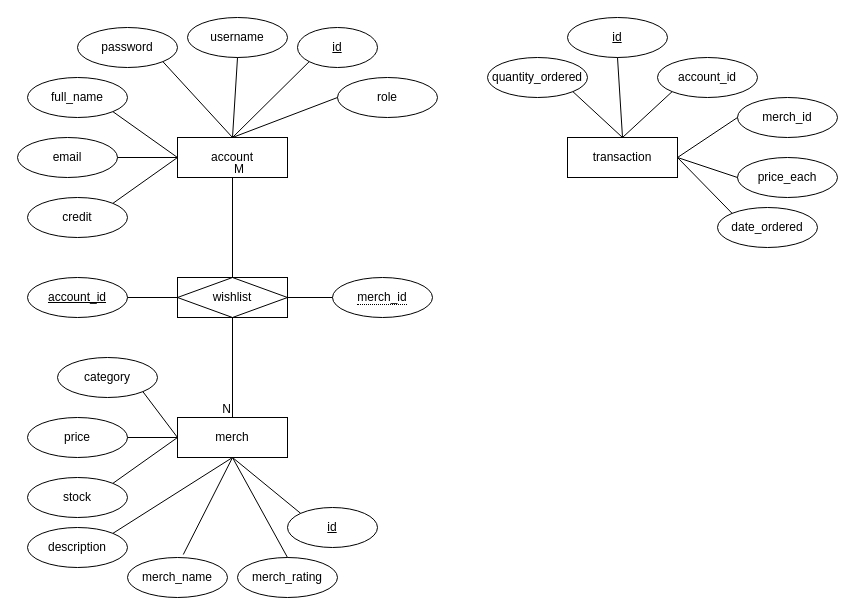
Before: Untitled Diagram.drawio in GumaMohdor/Hallyuin-UTS.ver, a draw.io diagram. Source tidied: cells renumbered, new cells numbered last; positions are measured from the earlier drawing's top-left corner, leaving out a move shared by most shapes. Both pictures are drawn from the tidied source at 100%, with x=0, y=0 at pixel (17, 17).
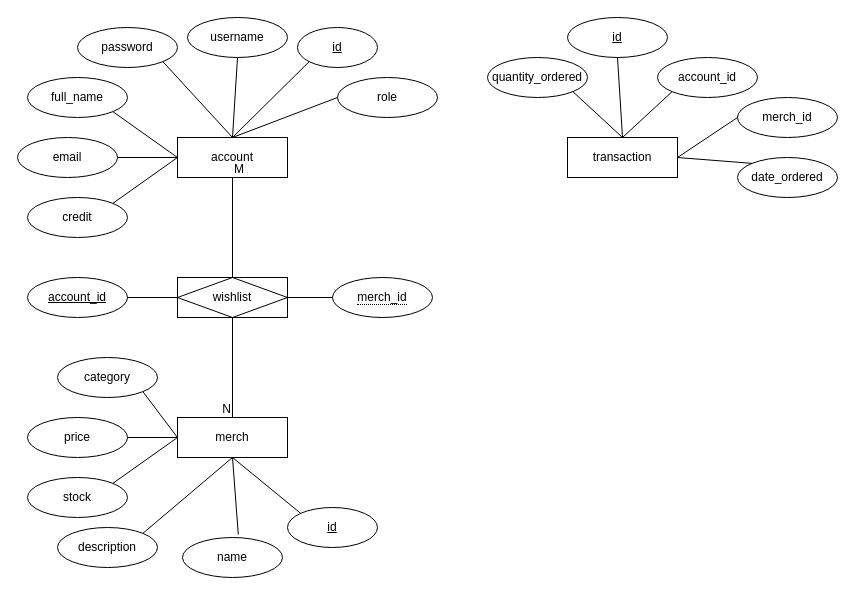
The same page after the edit.

The change refers to these unchanged cells:
```xml
<mxCell id="15" value="merch" style="whiteSpace=wrap;html=1;align=center;" parent="1" vertex="1">
  <mxGeometry x="160" y="400" width="110" height="40" as="geometry" />
</mxCell>
<mxCell id="38" value="transaction" style="whiteSpace=wrap;html=1;align=center;" parent="1" vertex="1">
  <mxGeometry x="550" y="120" width="110" height="40" as="geometry" />
</mxCell>
```

What changed in the source:
```diff
@@
-    <mxCell id="18" value="merch_name" style="ellipse;whiteSpace=wrap;html=1;align=center;" parent="1" vertex="1">
-      <mxGeometry x="110" y="540" width="100" height="40" as="geometry" />
+    <mxCell id="18" value="name" style="ellipse;whiteSpace=wrap;html=1;align=center;" parent="1" vertex="1">
+      <mxGeometry x="165" y="520" width="100" height="40" as="geometry" />
     </mxCell>
@@
     <mxCell id="20" value="description" style="ellipse;whiteSpace=wrap;html=1;align=center;" parent="1" vertex="1">
-      <mxGeometry x="10" y="510" width="100" height="40" as="geometry" />
+      <mxGeometry x="40" y="510" width="100" height="40" as="geometry" />
     </mxCell>
@@
-    <mxCell id="43" value="price_each" style="ellipse;whiteSpace=wrap;html=1;align=center;" parent="1" vertex="1">
-      <mxGeometry x="720" y="140" width="100" height="40" as="geometry" />
-    </mxCell>
@@
-    <mxCell id="48" style="endArrow=none;html=1;rounded=0;exitX=0;exitY=0.5;exitDx=0;exitDy=0;entryX=1;entryY=0.5;entryDx=0;entryDy=0;" parent="1" edge="1" source="43" target="38">
-      <mxGeometry relative="1" as="geometry" />
-    </mxCell>
-    <mxCell id="49" value="merch_rating" style="ellipse;whiteSpace=wrap;html=1;align=center;" parent="1" vertex="1">
-      <mxGeometry x="220" y="540" width="100" height="40" as="geometry" />
-    </mxCell>
-    <mxCell id="50" style="endArrow=none;html=1;rounded=0;exitX=0.5;exitY=0;exitDx=0;exitDy=0;entryX=0.5;entryY=1;entryDx=0;entryDy=0;" parent="1" edge="1" source="49" target="15">
-      <mxGeometry relative="1" as="geometry" />
-    </mxCell>
     <mxCell id="51" value="date_ordered" style="ellipse;whiteSpace=wrap;html=1;align=center;" parent="1" vertex="1">
-      <mxGeometry x="700" y="190" width="100" height="40" as="geometry" />
+      <mxGeometry x="720" y="140" width="100" height="40" as="geometry" />
     </mxCell>
```
